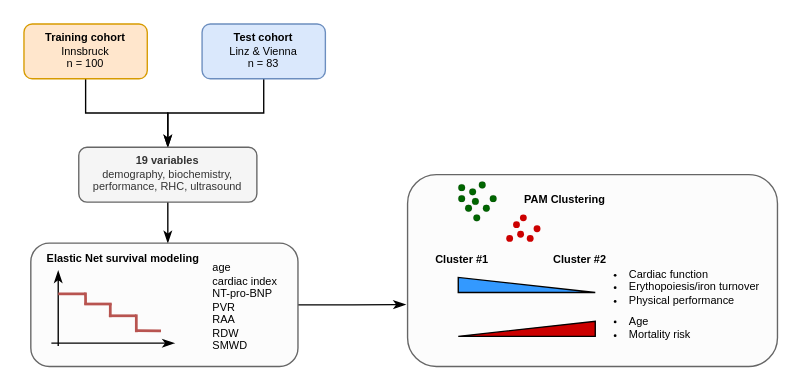
PiotrTymoszuk/PAH-biomarker keeps this draw.io diagram as aux files/summary_figure.drawio. Above is the earlier version. Source tidied: cells renumbered, new cells numbered last; positions are measured from the earlier drawing's top-left corner, leaving out a move shared by most shapes. Both pictures are drawn from the tidied source at 137%, with x=0, y=0 at pixel (23, 23).
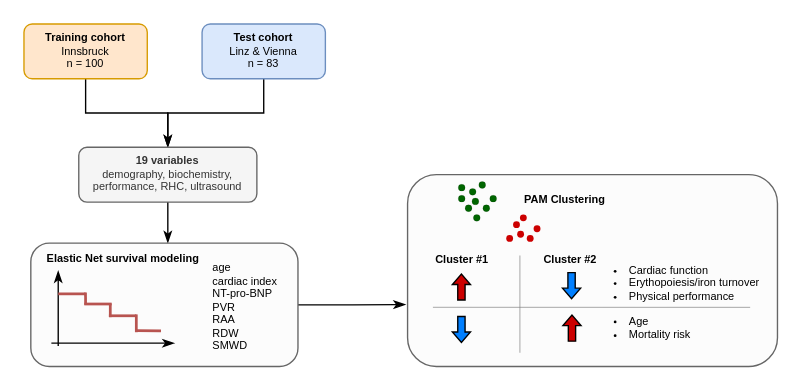
The same page after the edit.

Unchanged cells that the change refers to:
```xml
<mxCell id="25" value="&lt;ul&gt;&lt;li&gt;Age&lt;/li&gt;&lt;li&gt;Mortality risk&lt;/li&gt;&lt;/ul&gt;" style="text;strokeColor=none;fillColor=none;html=1;whiteSpace=wrap;verticalAlign=middle;overflow=hidden;fontSize=8;" parent="1" vertex="1">
  <mxGeometry x="400" y="198" width="140" height="48" as="geometry" />
</mxCell>
```

The edit, as a diff of the source:
```diff
@@
     <mxCell id="23" value="Cluster #2" style="text;html=1;strokeColor=none;fillColor=none;align=center;verticalAlign=middle;whiteSpace=wrap;rounded=0;fontSize=8;fontStyle=1;" parent="1" vertex="1">
-      <mxGeometry x="375.5" y="157" width="60" height="30" as="geometry" />
+      <mxGeometry x="368.5" y="157" width="60" height="30" as="geometry" />
     </mxCell>
     <mxCell id="24" value="&lt;ul&gt;&lt;li&gt;Cardiac function&lt;/li&gt;&lt;li&gt;Erythopoiesis/iron turnover&lt;/li&gt;&lt;li&gt;Physical performance&lt;/li&gt;&lt;/ul&gt;" style="text;strokeColor=none;fillColor=none;html=1;whiteSpace=wrap;verticalAlign=middle;overflow=hidden;fontSize=8;" parent="1" vertex="1">
-      <mxGeometry x="400" y="168" width="140" height="48" as="geometry" />
+      <mxGeometry x="400" y="165" width="140" height="48" as="geometry" />
     </mxCell>
@@
-    <mxCell id="26" style="verticalLabelPosition=bottom;verticalAlign=top;html=1;shape=mxgraph.basic.orthogonal_triangle;fontSize=8;strokeWidth=1;fillColor=#3399FF;" parent="1" vertex="1">
-      <mxGeometry x="317" y="185" width="100" height="11" as="geometry" />
-    </mxCell>
-    <mxCell id="27" style="verticalLabelPosition=bottom;verticalAlign=top;html=1;shape=mxgraph.basic.orthogonal_triangle;fontSize=8;strokeWidth=1;fillColor=#CC0000;flipH=1;" parent="1" vertex="1">
-      <mxGeometry x="317" y="217" width="100" height="11" as="geometry" />
-    </mxCell>
@@
+    <mxCell id="44" style="shape=flexArrow;endArrow=classic;html=1;rounded=0;width=5.333333333333333;endSize=2.223333333333333;endWidth=6.888888888888889;fillColor=#CC0000;" parent="1" edge="1">
+      <mxGeometry relative="1" as="geometry">
+        <mxPoint x="319.3" y="202" as="sourcePoint" />
+        <mxPoint x="319.3" y="182" as="targetPoint" />
+      </mxGeometry>
+    </mxCell>
+    <mxCell id="45" style="shape=flexArrow;endArrow=classic;html=1;rounded=0;width=5.333333333333333;endSize=2.223333333333333;endWidth=6.888888888888889;fillColor=#CC0000;" parent="1" edge="1">
+      <mxGeometry relative="1" as="geometry">
+        <mxPoint x="400" y="232" as="sourcePoint" />
+        <mxPoint x="400" y="212" as="targetPoint" />
+      </mxGeometry>
+    </mxCell>
+    <mxCell id="46" style="endArrow=none;html=1;rounded=0;entryX=0.929;entryY=0.184;entryDx=0;entryDy=0;entryPerimeter=0;strokeWidth=0.5;strokeColor=#808080;" parent="1" edge="1" target="25">
+      <mxGeometry relative="1" as="geometry">
+        <mxPoint x="298.5" y="206.8" as="sourcePoint" />
+      </mxGeometry>
+    </mxCell>
+    <mxCell id="47" style="endArrow=none;html=1;rounded=0;strokeWidth=0.5;strokeColor=#808080;" parent="1" edge="1">
+      <mxGeometry relative="1" as="geometry">
+        <mxPoint x="362" y="240" as="sourcePoint" />
+        <mxPoint x="362" y="169" as="targetPoint" />
+      </mxGeometry>
+    </mxCell>
+    <mxCell id="48" style="shape=flexArrow;endArrow=classic;html=1;rounded=0;width=5.333333333333333;endSize=2.223333333333333;endWidth=6.888888888888889;fillColor=#007FFF;" parent="1" edge="1">
+      <mxGeometry relative="1" as="geometry">
+        <mxPoint x="399.7" y="181" as="sourcePoint" />
+        <mxPoint x="399.7" y="201" as="targetPoint" />
+      </mxGeometry>
+    </mxCell>
+    <mxCell id="49" style="shape=flexArrow;endArrow=classic;html=1;rounded=0;width=5.333333333333333;endSize=2.223333333333333;endWidth=6.888888888888889;fillColor=#007FFF;" parent="1" edge="1">
+      <mxGeometry relative="1" as="geometry">
+        <mxPoint x="319.3" y="213" as="sourcePoint" />
+        <mxPoint x="319.3" y="233" as="targetPoint" />
+      </mxGeometry>
+    </mxCell>
```
